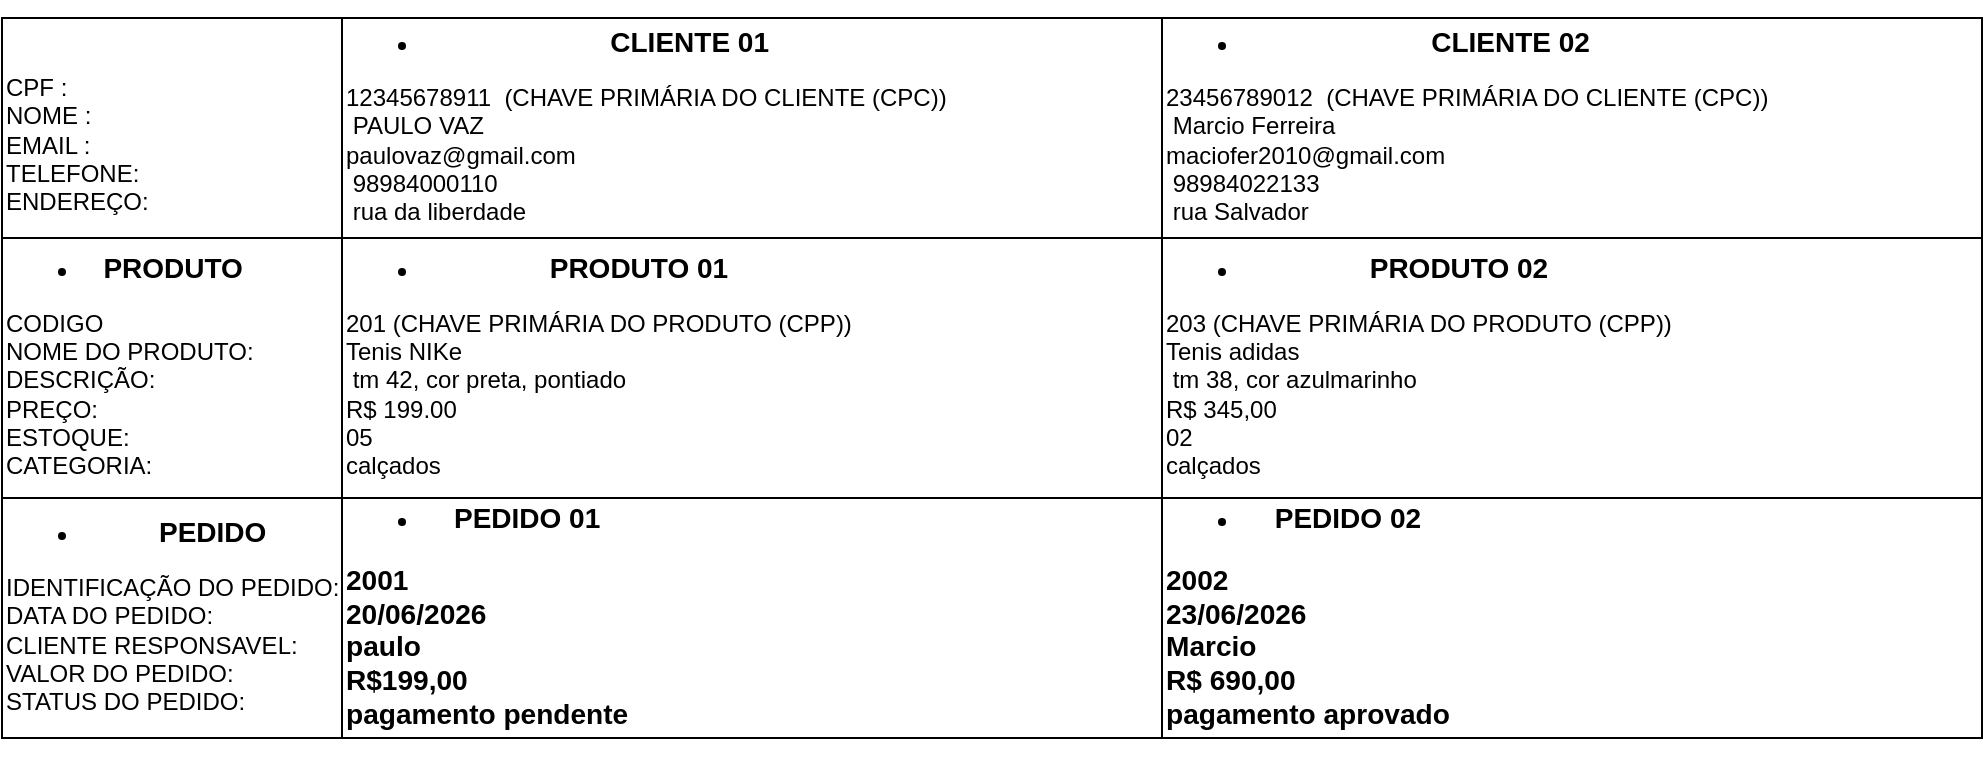
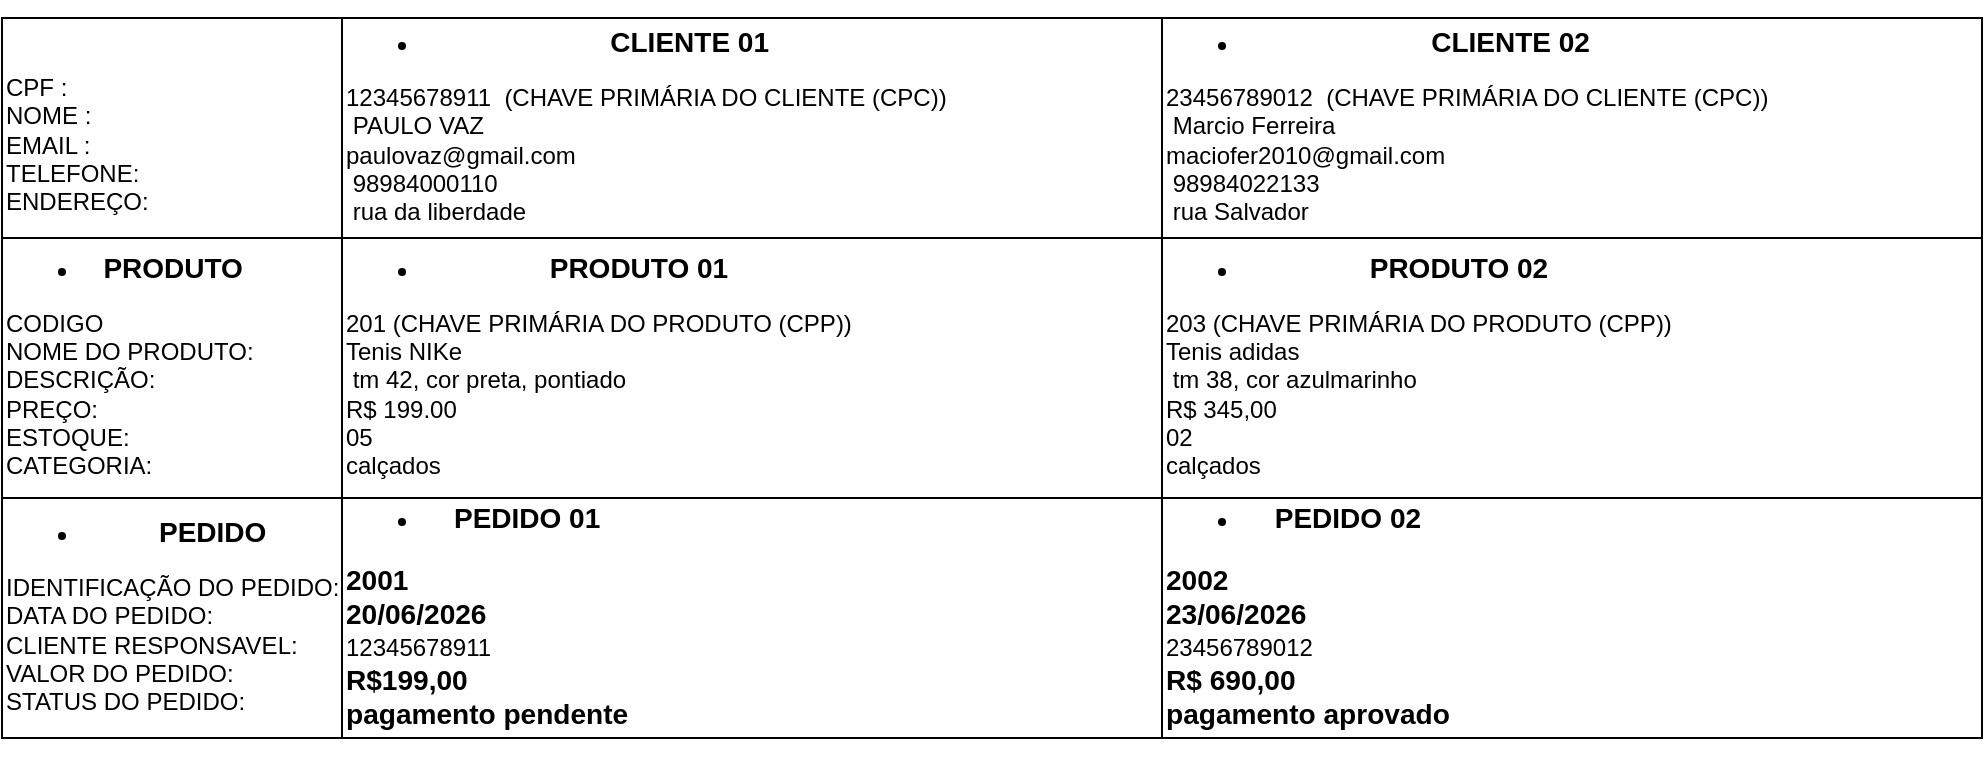
<mxfile host="app.diagrams.net">
  <diagram name="Página-1" id="dW-bwo-D_kfM4ZnOfWqB">
-     <mxGraphModel dx="1748" dy="937" grid="1" gridSize="10" guides="1" tooltips="1" connect="1" arrows="1" fold="1" page="1" pageScale="1" pageWidth="827" pageHeight="1169" math="0" shadow="0">
+     <mxGraphModel dx="1166" dy="624" grid="1" gridSize="10" guides="1" tooltips="1" connect="1" arrows="1" fold="1" page="1" pageScale="1" pageWidth="827" pageHeight="1169" math="0" shadow="0">
      <root>
        <mxCell id="0" />
        <mxCell id="1" parent="0" />
        <mxCell id="IifLtvlI1enpJyz-F0hN-1" parent="1" style="rounded=0;whiteSpace=wrap;html=1;align=left;" value="&lt;div style=&quot;text-align: center;&quot;&gt;&lt;ul&gt;&lt;li&gt;&lt;span style=&quot;background-color: transparent; color: light-dark(rgb(0, 0, 0), rgb(255, 255, 255));&quot;&gt;&lt;b&gt;&lt;font style=&quot;font-size: 14px;&quot;&gt;CLIENTE 01&lt;/font&gt;&lt;/b&gt;&lt;/span&gt;&lt;/li&gt;&lt;/ul&gt;&lt;/div&gt;&lt;div style=&quot;&quot;&gt;12345678911&amp;nbsp; (CHAVE PRIMÁRIA DO CLIENTE (CPC))&amp;nbsp;&lt;/div&gt;&lt;div style=&quot;&quot;&gt;&amp;nbsp;&lt;span style=&quot;background-color: transparent; color: light-dark(rgb(0, 0, 0), rgb(255, 255, 255));&quot;&gt;PAULO VAZ&lt;/span&gt;&lt;/div&gt;&lt;div style=&quot;&quot;&gt;paulovaz@gmail.com&lt;/div&gt;&lt;div style=&quot;&quot;&gt;&amp;nbsp;98984000110&lt;/div&gt;&lt;div style=&quot;&quot;&gt;&amp;nbsp;rua da liberdade&lt;/div&gt;&lt;div style=&quot;&quot;&gt;&lt;br&gt;&lt;/div&gt;" vertex="1">
          <mxGeometry height="110" width="410" x="180" y="80" as="geometry" />
        </mxCell>
        <mxCell id="IifLtvlI1enpJyz-F0hN-2" parent="1" style="rounded=0;whiteSpace=wrap;html=1;align=left;" value="&lt;div style=&quot;text-align: center;&quot;&gt;&lt;ul&gt;&lt;li&gt;&lt;b&gt;&lt;font style=&quot;font-size: 14px;&quot;&gt;PRODUTO 01&lt;/font&gt;&lt;/b&gt;&lt;/li&gt;&lt;/ul&gt;&lt;/div&gt;&lt;div style=&quot;&quot;&gt;201 (CHAVE PRIMÁRIA DO PRODUTO (CPP))&lt;/div&gt;&lt;div style=&quot;&quot;&gt;Tenis NIKe&lt;/div&gt;&lt;div style=&quot;&quot;&gt;&amp;nbsp;tm 42, cor preta, pontiado&lt;/div&gt;&lt;div style=&quot;&quot;&gt;&lt;span style=&quot;background-color: transparent; color: light-dark(rgb(0, 0, 0), rgb(255, 255, 255));&quot;&gt;R$ 199.00&lt;/span&gt;&lt;/div&gt;&lt;div style=&quot;&quot;&gt;05&lt;/div&gt;&lt;div style=&quot;&quot;&gt;calçados&lt;/div&gt;&lt;div style=&quot;&quot;&gt;&lt;br&gt;&lt;/div&gt;" vertex="1">
          <mxGeometry height="130" width="410" x="180" y="190" as="geometry" />
        </mxCell>
-         <mxCell id="IifLtvlI1enpJyz-F0hN-3" parent="1" style="rounded=0;whiteSpace=wrap;html=1;align=left;" value="&lt;div style=&quot;text-align: center;&quot;&gt;&lt;ul&gt;&lt;li&gt;&lt;b&gt;&lt;font style=&quot;font-size: 14px;&quot;&gt;PEDIDO 01&lt;/font&gt;&lt;/b&gt;&lt;/li&gt;&lt;/ul&gt;&lt;/div&gt;&lt;h3 style=&quot;&quot;&gt;2001&lt;br&gt;20/06/2026&lt;br&gt;paulo&lt;br&gt;R$199,00&lt;br&gt;pagamento pendente&lt;/h3&gt;" vertex="1">
+         <mxCell id="IifLtvlI1enpJyz-F0hN-3" parent="1" style="rounded=0;whiteSpace=wrap;html=1;align=left;" value="&lt;div style=&quot;text-align: center;&quot;&gt;&lt;ul&gt;&lt;li&gt;&lt;b&gt;&lt;font style=&quot;font-size: 14px;&quot;&gt;PEDIDO 01&lt;/font&gt;&lt;/b&gt;&lt;/li&gt;&lt;/ul&gt;&lt;/div&gt;&lt;h3 style=&quot;&quot;&gt;2001&lt;br&gt;20/06/2026&lt;br&gt;&lt;span style=&quot;font-size: 12px; font-weight: 400;&quot;&gt;12345678911&lt;/span&gt;&lt;br&gt;R$199,00&lt;br&gt;pagamento pendente&lt;/h3&gt;" vertex="1">
          <mxGeometry height="120" width="410" x="180" y="320" as="geometry" />
        </mxCell>
        <mxCell id="IifLtvlI1enpJyz-F0hN-10" parent="1" style="rounded=0;whiteSpace=wrap;html=1;align=left;" value="&lt;div style=&quot;text-align: center;&quot;&gt;&lt;div&gt;&lt;span style=&quot;font-size: 14px;&quot;&gt;&lt;b&gt;&lt;br&gt;&lt;/b&gt;&lt;/span&gt;&lt;/div&gt;&lt;/div&gt;&lt;div style=&quot;&quot;&gt;CPF :&amp;nbsp;&lt;/div&gt;&lt;div style=&quot;&quot;&gt;NOME :&amp;nbsp;&amp;nbsp;&lt;/div&gt;&lt;div style=&quot;&quot;&gt;EMAIL :&amp;nbsp;&lt;/div&gt;&lt;div style=&quot;&quot;&gt;TELEFONE:&lt;/div&gt;&lt;div style=&quot;&quot;&gt;ENDEREÇO:&amp;nbsp;&lt;/div&gt;" vertex="1">
          <mxGeometry height="110" width="170" x="10" y="80" as="geometry" />
        </mxCell>
        <mxCell id="IifLtvlI1enpJyz-F0hN-12" parent="1" style="rounded=0;whiteSpace=wrap;html=1;align=left;" value="&lt;div style=&quot;text-align: center;&quot;&gt;&lt;ul&gt;&lt;li&gt;&lt;b&gt;&lt;font style=&quot;font-size: 14px;&quot;&gt;PEDIDO&lt;/font&gt;&lt;/b&gt;&lt;/li&gt;&lt;/ul&gt;&lt;/div&gt;&lt;div style=&quot;&quot;&gt;IDENTIFICAÇÃO DO PEDIDO:&lt;/div&gt;&lt;div style=&quot;&quot;&gt;DATA DO PEDIDO:&lt;/div&gt;&lt;div style=&quot;&quot;&gt;CLIENTE RESPONSAVEL:&amp;nbsp;&lt;/div&gt;&lt;div style=&quot;&quot;&gt;VALOR DO PEDIDO:&lt;/div&gt;&lt;div style=&quot;&quot;&gt;STATUS DO PEDIDO:&lt;/div&gt;&lt;div style=&quot;&quot;&gt;&lt;br&gt;&lt;/div&gt;" vertex="1">
          <mxGeometry height="120" width="170" x="10" y="320" as="geometry" />
        </mxCell>
        <mxCell id="IifLtvlI1enpJyz-F0hN-21" parent="1" style="rounded=0;whiteSpace=wrap;html=1;align=left;" value="&lt;div style=&quot;text-align: center;&quot;&gt;&lt;ul&gt;&lt;li&gt;&lt;b&gt;&lt;font style=&quot;font-size: 14px;&quot;&gt;PRODUTO&lt;/font&gt;&lt;/b&gt;&lt;/li&gt;&lt;/ul&gt;&lt;/div&gt;&lt;div style=&quot;&quot;&gt;CODIGO&amp;nbsp;&lt;/div&gt;&lt;div style=&quot;&quot;&gt;NOME DO PRODUTO:&amp;nbsp;&lt;/div&gt;&lt;div style=&quot;&quot;&gt;DESCRIÇÃO:&amp;nbsp;&lt;/div&gt;&lt;div style=&quot;&quot;&gt;PREÇO:&amp;nbsp;&lt;/div&gt;&lt;div style=&quot;&quot;&gt;ESTOQUE:&amp;nbsp;&lt;/div&gt;&lt;div style=&quot;&quot;&gt;CATEGORIA:&amp;nbsp;&lt;/div&gt;&lt;div style=&quot;&quot;&gt;&lt;br&gt;&lt;/div&gt;" vertex="1">
          <mxGeometry height="130" width="170" x="10" y="190" as="geometry" />
        </mxCell>
        <mxCell id="IifLtvlI1enpJyz-F0hN-24" parent="1" style="rounded=0;whiteSpace=wrap;html=1;align=left;" value="&lt;div style=&quot;text-align: center;&quot;&gt;&lt;ul&gt;&lt;li&gt;&lt;span style=&quot;background-color: transparent; color: light-dark(rgb(0, 0, 0), rgb(255, 255, 255));&quot;&gt;&lt;b&gt;&lt;font style=&quot;font-size: 14px;&quot;&gt;CLIENTE 02&lt;/font&gt;&lt;/b&gt;&lt;/span&gt;&lt;/li&gt;&lt;/ul&gt;&lt;/div&gt;&lt;div style=&quot;&quot;&gt;23456789012&amp;nbsp; (CHAVE PRIMÁRIA DO CLIENTE (CPC))&amp;nbsp;&lt;/div&gt;&lt;div style=&quot;&quot;&gt;&amp;nbsp;&lt;span style=&quot;background-color: transparent; color: light-dark(rgb(0, 0, 0), rgb(255, 255, 255));&quot;&gt;Marcio Ferreira&lt;/span&gt;&lt;/div&gt;&lt;div style=&quot;&quot;&gt;maciofer2010@gmail.com&lt;/div&gt;&lt;div style=&quot;&quot;&gt;&amp;nbsp;98984022133&lt;/div&gt;&lt;div style=&quot;&quot;&gt;&amp;nbsp;rua Salvador&lt;/div&gt;&lt;div style=&quot;&quot;&gt;&lt;br&gt;&lt;/div&gt;" vertex="1">
          <mxGeometry height="110" width="410" x="590" y="80" as="geometry" />
        </mxCell>
        <mxCell id="IifLtvlI1enpJyz-F0hN-26" parent="1" style="rounded=0;whiteSpace=wrap;html=1;align=left;" value="&lt;div style=&quot;text-align: center;&quot;&gt;&lt;ul&gt;&lt;li&gt;&lt;b&gt;&lt;font style=&quot;font-size: 14px;&quot;&gt;PRODUTO 02&lt;/font&gt;&lt;/b&gt;&lt;/li&gt;&lt;/ul&gt;&lt;/div&gt;&lt;div style=&quot;&quot;&gt;203 (CHAVE PRIMÁRIA DO PRODUTO (CPP))&lt;/div&gt;&lt;div style=&quot;&quot;&gt;Tenis adidas&lt;/div&gt;&lt;div style=&quot;&quot;&gt;&amp;nbsp;tm 38, cor azulmarinho&lt;/div&gt;&lt;div style=&quot;&quot;&gt;&lt;span style=&quot;background-color: transparent; color: light-dark(rgb(0, 0, 0), rgb(255, 255, 255));&quot;&gt;R$ 345,00&lt;/span&gt;&lt;/div&gt;&lt;div style=&quot;&quot;&gt;02&lt;/div&gt;&lt;div style=&quot;&quot;&gt;calçados&lt;/div&gt;&lt;div style=&quot;&quot;&gt;&lt;br&gt;&lt;/div&gt;" vertex="1">
          <mxGeometry height="130" width="410" x="590" y="190" as="geometry" />
        </mxCell>
-         <mxCell id="IifLtvlI1enpJyz-F0hN-28" parent="1" style="rounded=0;whiteSpace=wrap;html=1;align=left;" value="&lt;div style=&quot;text-align: center;&quot;&gt;&lt;ul&gt;&lt;li&gt;&lt;b&gt;&lt;font style=&quot;font-size: 14px;&quot;&gt;PEDIDO 02&lt;/font&gt;&lt;/b&gt;&lt;/li&gt;&lt;/ul&gt;&lt;/div&gt;&lt;h3 style=&quot;&quot;&gt;2002&lt;br&gt;23/06/2026&lt;br&gt;Marcio&lt;br&gt;R$ 690,00&lt;br&gt;pagamento aprovado&lt;/h3&gt;" vertex="1">
+         <mxCell id="IifLtvlI1enpJyz-F0hN-28" parent="1" style="rounded=0;whiteSpace=wrap;html=1;align=left;" value="&lt;div style=&quot;text-align: center;&quot;&gt;&lt;ul&gt;&lt;li&gt;&lt;b&gt;&lt;font style=&quot;font-size: 14px;&quot;&gt;PEDIDO 02&lt;/font&gt;&lt;/b&gt;&lt;/li&gt;&lt;/ul&gt;&lt;/div&gt;&lt;h3 style=&quot;&quot;&gt;2002&lt;br&gt;23/06/2026&lt;br&gt;&lt;span style=&quot;font-size: 12px; font-weight: 400;&quot;&gt;23456789012&lt;/span&gt;&lt;br&gt;R$ 690,00&lt;br&gt;pagamento aprovado&lt;/h3&gt;" vertex="1">
          <mxGeometry height="120" width="410" x="590" y="320" as="geometry" />
        </mxCell>
      </root>
    </mxGraphModel>
  </diagram>
</mxfile>
